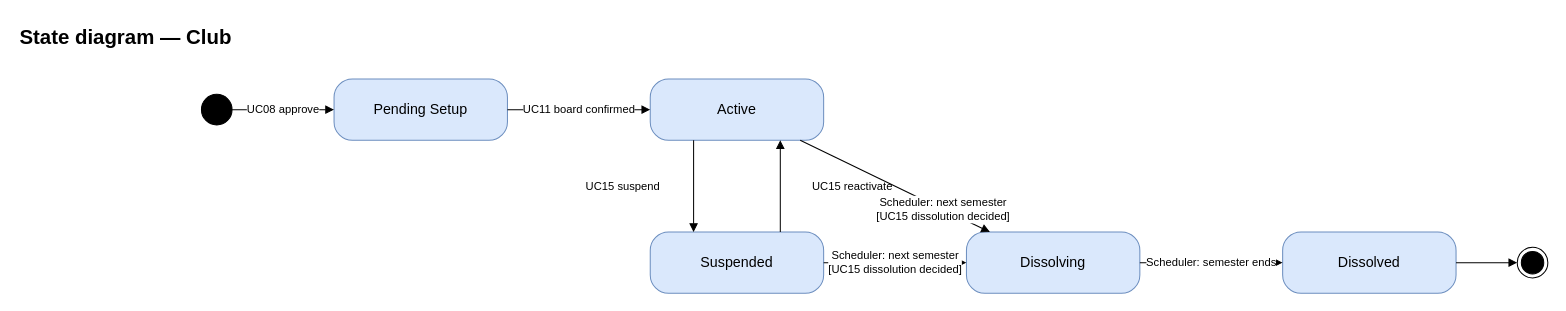
nvdekay/ClubManagementSystem keeps this draw.io diagram as page "Club" (2 of 8) of docs/03-diagrams/UCMS_State_Diagrams.drawio. Above is the earlier version. Source tidied: cells renumbered, new cells numbered last; positions are measured from the earlier drawing's top-left corner, leaving out a move shared by most shapes. Both pictures are drawn from the tidied source at 102%, with x=0, y=0 at pixel (17, 17).
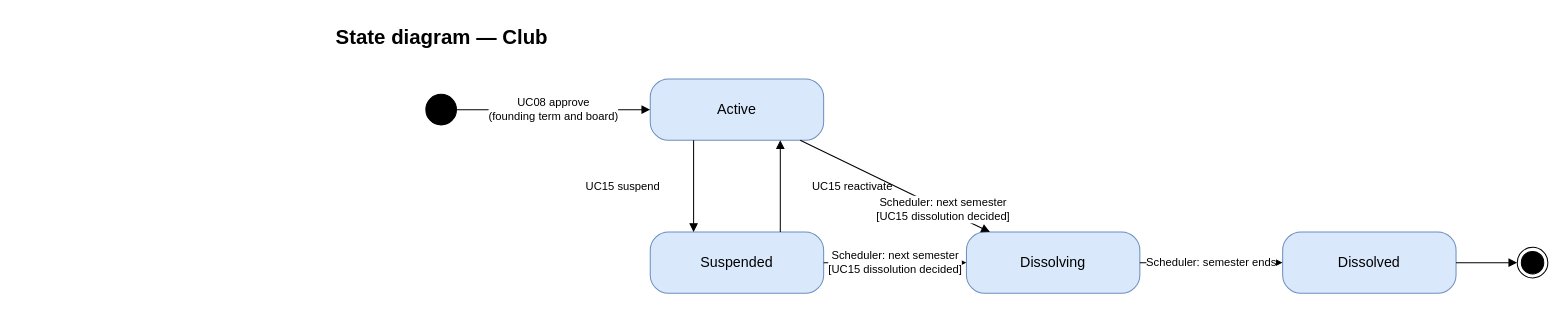
The same page after the edit.

Change to the diagram source:
```diff
@@
 <mxGraphModel background="#ffffff">
   <root>
     <mxCell id="0" />
     <mxCell id="1" parent="0" />
     <mxCell id="2" value="State diagram — Club" style="text;html=1;fontSize=20;fontStyle=1;" parent="1" vertex="1">
-      <mxGeometry width="600" height="30" as="geometry" />
+      <mxGeometry x="310" width="600" height="30" as="geometry" />
     </mxCell>
-    <mxCell id="3" value="Pending Setup" style="rounded=1;arcSize=30;whiteSpace=wrap;html=1;fillColor=#dae8fc;strokeColor=#6c8ebf;fontSize=14;" parent="1" vertex="1">
-      <mxGeometry x="310" y="60" width="170" height="60" as="geometry" />
-    </mxCell>
     <mxCell id="4" value="Active" style="rounded=1;arcSize=30;whiteSpace=wrap;html=1;fillColor=#dae8fc;strokeColor=#6c8ebf;fontSize=14;" parent="1" vertex="1">
       <mxGeometry x="620" y="60" width="170" height="60" as="geometry" />
     </mxCell>
     <mxCell id="5" value="Suspended" style="rounded=1;arcSize=30;whiteSpace=wrap;html=1;fillColor=#dae8fc;strokeColor=#6c8ebf;fontSize=14;" parent="1" vertex="1">
       <mxGeometry x="620" y="210" width="170" height="60" as="geometry" />
     </mxCell>
     <mxCell id="6" value="Dissolving" style="rounded=1;arcSize=30;whiteSpace=wrap;html=1;fillColor=#dae8fc;strokeColor=#6c8ebf;fontSize=14;" parent="1" vertex="1">
       <mxGeometry x="930" y="210" width="170" height="60" as="geometry" />
     </mxCell>
     <mxCell id="7" value="Dissolved" style="rounded=1;arcSize=30;whiteSpace=wrap;html=1;fillColor=#dae8fc;strokeColor=#6c8ebf;fontSize=14;" parent="1" vertex="1">
       <mxGeometry x="1240" y="210" width="170" height="60" as="geometry" />
     </mxCell>
     <mxCell id="8" style="ellipse;html=1;fillColor=#000000;strokeColor=#000000;" parent="1" vertex="1">
-      <mxGeometry x="180" y="75" width="30" height="30" as="geometry" />
+      <mxGeometry x="400" y="75" width="30" height="30" as="geometry" />
     </mxCell>
-    <mxCell id="9" value="UC08 approve" style="endArrow=block;endFill=1;html=1;rounded=0;fontSize=11;labelBackgroundColor=#ffffff;" parent="1" edge="1" source="8" target="3">
+    <mxCell id="9" value="UC08 approve&lt;br&gt;(founding term and board)" style="endArrow=block;endFill=1;html=1;rounded=0;fontSize=11;labelBackgroundColor=#ffffff;" parent="1" edge="1" source="8" target="4">
       <mxGeometry relative="1" as="geometry" />
     </mxCell>
     <mxCell id="10" style="ellipse;html=1;shape=endState;fillColor=#000000;strokeColor=#000000;" parent="1" vertex="1">
       <mxGeometry x="1470" y="225" width="30" height="30" as="geometry" />
     </mxCell>
     <mxCell id="11" style="endArrow=block;endFill=1;html=1;rounded=0;fontSize=11;labelBackgroundColor=#ffffff;" parent="1" edge="1" source="7" target="10">
       <mxGeometry relative="1" as="geometry" />
     </mxCell>
-    <mxCell id="12" value="UC11 board confirmed" style="endArrow=block;endFill=1;html=1;rounded=0;fontSize=11;labelBackgroundColor=#ffffff;" parent="1" edge="1" source="3" target="4">
-      <mxGeometry relative="1" as="geometry" />
-    </mxCell>
     <mxCell id="13" value="UC15 suspend" style="endArrow=block;endFill=1;html=1;rounded=0;fontSize=11;labelBackgroundColor=#ffffff;exitX=0.25;exitY=1;entryX=0.25;entryY=0;" parent="1" edge="1" source="4" target="5">
       <mxGeometry relative="1" as="geometry">
         <mxPoint x="-70" as="offset" />
       </mxGeometry>
     </mxCell>
     <mxCell id="14" value="UC15 reactivate" style="endArrow=block;endFill=1;html=1;rounded=0;fontSize=11;labelBackgroundColor=#ffffff;exitX=0.75;exitY=0;entryX=0.75;entryY=1;" parent="1" edge="1" source="5" target="4">
       <mxGeometry relative="1" as="geometry">
         <mxPoint x="70" as="offset" />
       </mxGeometry>
     </mxCell>
     <mxCell id="15" value="Scheduler: next semester&lt;br&gt;[UC15 dissolution decided]" style="endArrow=block;endFill=1;html=1;rounded=0;fontSize=11;labelBackgroundColor=#ffffff;" parent="1" edge="1" source="4" target="6">
       <mxGeometry x="0.5" relative="1" as="geometry" />
     </mxCell>
     <mxCell id="16" value="Scheduler: next semester&lt;br&gt;[UC15 dissolution decided]" style="endArrow=block;endFill=1;html=1;rounded=0;fontSize=11;labelBackgroundColor=#ffffff;" parent="1" edge="1" source="5" target="6">
       <mxGeometry relative="1" as="geometry" />
     </mxCell>
     <mxCell id="17" value="Scheduler: semester ends" style="endArrow=block;endFill=1;html=1;rounded=0;fontSize=11;labelBackgroundColor=#ffffff;" parent="1" edge="1" source="6" target="7">
       <mxGeometry relative="1" as="geometry" />
     </mxCell>
   </root>
 </mxGraphModel>
```
